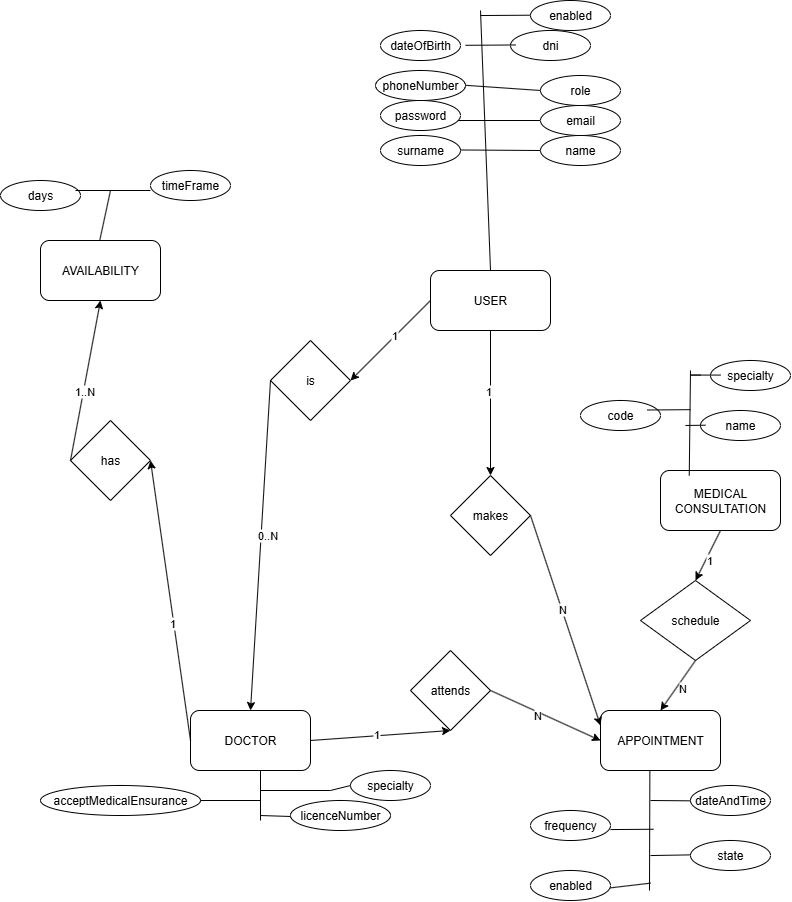
B-No-es-un-Numero/WappTurno-2doSemestre-2025 keeps this draw.io diagram as documents/Sprint2/WappTurno_Sprint2_DER.drawio.png. Above is the earlier version. Source tidied: cells renumbered, new cells last; positions are measured from the earlier drawing's top-left corner, leaving out a move shared by most shapes. Its diagram source:
```xml
<mxGraphModel>
  <root>
    <mxCell id="0" />
    <mxCell id="1" parent="0" />
    <mxCell id="2" value="USER" style="rounded=1;whiteSpace=wrap;html=1;" parent="1" vertex="1">
      <mxGeometry x="430" y="270" width="120" height="60" as="geometry" />
    </mxCell>
    <mxCell id="3" value="DOCTOR" style="rounded=1;whiteSpace=wrap;html=1;" parent="1" vertex="1">
      <mxGeometry x="190" y="710" width="120" height="60" as="geometry" />
    </mxCell>
    <mxCell id="4" value="APPOINTMENT" style="rounded=1;whiteSpace=wrap;html=1;" parent="1" vertex="1">
      <mxGeometry x="600" y="710" width="120" height="60" as="geometry" />
    </mxCell>
    <mxCell id="5" value="MEDICAL CONSULTATION" style="rounded=1;whiteSpace=wrap;html=1;" parent="1" vertex="1">
      <mxGeometry x="660" y="470" width="120" height="60" as="geometry" />
    </mxCell>
    <mxCell id="6" value="AVAILABILITY" style="rounded=1;whiteSpace=wrap;html=1;" parent="1" vertex="1">
      <mxGeometry x="40" y="240" width="120" height="60" as="geometry" />
    </mxCell>
    <mxCell id="7" style="endArrow=none;html=1;rounded=0;entryX=0.5;entryY=0;entryDx=0;entryDy=0;" parent="1" edge="1" target="2">
      <mxGeometry relative="1" as="geometry">
        <mxPoint x="480" y="10" as="sourcePoint" />
      </mxGeometry>
    </mxCell>
    <mxCell id="8" value="name" style="ellipse;whiteSpace=wrap;html=1;" parent="1" vertex="1">
      <mxGeometry x="540" y="135" width="80" height="30" as="geometry" />
    </mxCell>
    <mxCell id="9" style="edgeStyle=orthogonalEdgeStyle;rounded=0;jettySize=auto;html=1;" parent="1" edge="1" source="10" target="16">
      <mxGeometry relative="1" as="geometry" />
    </mxCell>
    <mxCell id="10" value="email" style="ellipse;whiteSpace=wrap;html=1;" parent="1" vertex="1">
      <mxGeometry x="540" y="105" width="80" height="30" as="geometry" />
    </mxCell>
    <mxCell id="11" value="surname" style="ellipse;whiteSpace=wrap;html=1;" parent="1" vertex="1">
      <mxGeometry x="380" y="135" width="80" height="30" as="geometry" />
    </mxCell>
    <mxCell id="12" value="password" style="ellipse;whiteSpace=wrap;html=1;" parent="1" vertex="1">
      <mxGeometry x="380" y="100" width="80" height="30" as="geometry" />
    </mxCell>
    <mxCell id="13" value="role" style="ellipse;whiteSpace=wrap;html=1;" parent="1" vertex="1">
      <mxGeometry x="540" y="75" width="80" height="30" as="geometry" />
    </mxCell>
    <mxCell id="14" value="dateOfBirth" style="ellipse;whiteSpace=wrap;html=1;" parent="1" vertex="1">
      <mxGeometry x="380" y="30" width="80" height="30" as="geometry" />
    </mxCell>
    <mxCell id="15" value="enabled" style="ellipse;whiteSpace=wrap;html=1;" parent="1" vertex="1">
      <mxGeometry x="530" width="80" height="30" as="geometry" />
    </mxCell>
    <mxCell id="16" value="phoneNumber" style="ellipse;whiteSpace=wrap;html=1;" parent="1" vertex="1">
      <mxGeometry x="375" y="70" width="90" height="30" as="geometry" />
    </mxCell>
    <mxCell id="17" value="dni" style="ellipse;whiteSpace=wrap;html=1;" parent="1" vertex="1">
      <mxGeometry x="510" y="30" width="80" height="30" as="geometry" />
    </mxCell>
    <mxCell id="18" style="endArrow=none;html=1;rounded=0;" parent="1" edge="1">
      <mxGeometry relative="1" as="geometry">
        <mxPoint x="260" y="820" as="sourcePoint" />
        <mxPoint x="260" y="770" as="targetPoint" />
      </mxGeometry>
    </mxCell>
    <mxCell id="19" value="acceptMedicalEnsurance" style="ellipse;whiteSpace=wrap;html=1;" parent="1" vertex="1">
      <mxGeometry x="40" y="785" width="160" height="30" as="geometry" />
    </mxCell>
    <mxCell id="20" value="frequency" style="ellipse;whiteSpace=wrap;html=1;" parent="1" vertex="1">
      <mxGeometry x="530" y="810" width="80" height="30" as="geometry" />
    </mxCell>
    <mxCell id="21" value="specialty" style="ellipse;whiteSpace=wrap;html=1;" parent="1" vertex="1">
      <mxGeometry x="350" y="770" width="80" height="30" as="geometry" />
    </mxCell>
    <mxCell id="22" value="enabled" style="ellipse;whiteSpace=wrap;html=1;" parent="1" vertex="1">
      <mxGeometry x="530" y="870" width="80" height="30" as="geometry" />
    </mxCell>
    <mxCell id="23" value="specialty" style="ellipse;whiteSpace=wrap;html=1;" parent="1" vertex="1">
      <mxGeometry x="710" y="360" width="80" height="30" as="geometry" />
    </mxCell>
    <mxCell id="24" value="code" style="ellipse;whiteSpace=wrap;html=1;" parent="1" vertex="1">
      <mxGeometry x="580" y="400" width="80" height="30" as="geometry" />
    </mxCell>
    <mxCell id="25" value="state" style="ellipse;whiteSpace=wrap;html=1;" parent="1" vertex="1">
      <mxGeometry x="690" y="840" width="80" height="30" as="geometry" />
    </mxCell>
    <mxCell id="26" value="name" style="ellipse;whiteSpace=wrap;html=1;" parent="1" vertex="1">
      <mxGeometry x="700" y="410" width="80" height="30" as="geometry" />
    </mxCell>
    <mxCell id="27" style="endArrow=none;html=1;rounded=0;" parent="1" edge="1">
      <mxGeometry relative="1" as="geometry">
        <mxPoint x="688.8" y="475" as="sourcePoint" />
        <mxPoint x="690" y="370" as="targetPoint" />
      </mxGeometry>
    </mxCell>
    <mxCell id="28" value="dateAndTime" style="ellipse;whiteSpace=wrap;html=1;" parent="1" vertex="1">
      <mxGeometry x="690" y="785" width="80" height="30" as="geometry" />
    </mxCell>
    <mxCell id="29" style="endArrow=none;html=1;rounded=0;" parent="1" edge="1">
      <mxGeometry relative="1" as="geometry">
        <mxPoint x="649" y="890" as="sourcePoint" />
        <mxPoint x="649.4" y="770" as="targetPoint" />
      </mxGeometry>
    </mxCell>
    <mxCell id="30" value="timeFrame" style="ellipse;whiteSpace=wrap;html=1;" parent="1" vertex="1">
      <mxGeometry x="150" y="170" width="80" height="30" as="geometry" />
    </mxCell>
    <mxCell id="31" value="days" style="ellipse;whiteSpace=wrap;html=1;" parent="1" vertex="1">
      <mxGeometry y="180" width="80" height="30" as="geometry" />
    </mxCell>
    <mxCell id="32" style="endArrow=none;html=1;rounded=0;" parent="1" edge="1">
      <mxGeometry relative="1" as="geometry">
        <mxPoint x="99.2" y="240" as="sourcePoint" />
        <mxPoint x="110" y="190" as="targetPoint" />
      </mxGeometry>
    </mxCell>
    <mxCell id="33" style="endArrow=none;html=1;rounded=0;" parent="1" edge="1">
      <mxGeometry relative="1" as="geometry">
        <mxPoint x="75" y="190" as="sourcePoint" />
        <mxPoint x="150" y="190" as="targetPoint" />
      </mxGeometry>
    </mxCell>
    <mxCell id="34" style="endArrow=none;html=1;rounded=0;entryX=0;entryY=0.5;entryDx=0;entryDy=0;" parent="1" edge="1" target="21">
      <mxGeometry relative="1" as="geometry">
        <mxPoint x="260" y="790" as="sourcePoint" />
        <Array as="points">
          <mxPoint x="330" y="790" />
        </Array>
      </mxGeometry>
    </mxCell>
    <mxCell id="35" style="endArrow=none;html=1;rounded=0;" parent="1" edge="1">
      <mxGeometry relative="1" as="geometry">
        <mxPoint x="200" y="800" as="sourcePoint" />
        <mxPoint x="260" y="800" as="targetPoint" />
      </mxGeometry>
    </mxCell>
    <mxCell id="36" style="endArrow=none;html=1;rounded=0;" parent="1" edge="1">
      <mxGeometry relative="1" as="geometry">
        <mxPoint x="650" y="800" as="sourcePoint" />
        <mxPoint x="690" y="800.3" as="targetPoint" />
      </mxGeometry>
    </mxCell>
    <mxCell id="37" style="endArrow=none;html=1;rounded=0;exitX=1;exitY=0.5;exitDx=0;exitDy=0;" parent="1" edge="1">
      <mxGeometry relative="1" as="geometry">
        <mxPoint x="610" y="829.1" as="sourcePoint" />
        <mxPoint x="653" y="828.8" as="targetPoint" />
      </mxGeometry>
    </mxCell>
    <mxCell id="38" style="endArrow=none;html=1;rounded=0;" parent="1" edge="1">
      <mxGeometry relative="1" as="geometry">
        <mxPoint x="650" y="855" as="sourcePoint" />
        <mxPoint x="690" y="854.4" as="targetPoint" />
      </mxGeometry>
    </mxCell>
    <mxCell id="39" style="endArrow=none;html=1;rounded=0;exitX=1;exitY=0.5;exitDx=0;exitDy=0;" parent="1" edge="1">
      <mxGeometry relative="1" as="geometry">
        <mxPoint x="610" y="887.4" as="sourcePoint" />
        <mxPoint x="650" y="882.6" as="targetPoint" />
      </mxGeometry>
    </mxCell>
    <mxCell id="40" style="endArrow=none;html=1;rounded=0;exitX=1;exitY=0.5;exitDx=0;exitDy=0;" parent="1" edge="1">
      <mxGeometry relative="1" as="geometry">
        <mxPoint x="647" y="409.5" as="sourcePoint" />
        <mxPoint x="690" y="409.2" as="targetPoint" />
      </mxGeometry>
    </mxCell>
    <mxCell id="41" style="endArrow=none;html=1;rounded=0;" parent="1" edge="1">
      <mxGeometry relative="1" as="geometry">
        <mxPoint x="685" y="425" as="sourcePoint" />
        <mxPoint x="705" y="424.7" as="targetPoint" />
      </mxGeometry>
    </mxCell>
    <mxCell id="42" style="endArrow=none;html=1;rounded=0;" parent="1" edge="1">
      <mxGeometry relative="1" as="geometry">
        <mxPoint x="700" y="374.6" as="sourcePoint" />
        <mxPoint x="720" y="374.6" as="targetPoint" />
        <Array as="points">
          <mxPoint x="690" y="374.6" />
        </Array>
      </mxGeometry>
    </mxCell>
    <mxCell id="43" style="endArrow=none;html=1;rounded=0;exitX=1;exitY=0.5;exitDx=0;exitDy=0;" parent="1" edge="1">
      <mxGeometry relative="1" as="geometry">
        <mxPoint x="465" y="44.8" as="sourcePoint" />
        <mxPoint x="515" y="44.5" as="targetPoint" />
      </mxGeometry>
    </mxCell>
    <mxCell id="44" style="endArrow=none;html=1;rounded=0;exitX=1;exitY=0.5;exitDx=0;exitDy=0;entryX=0;entryY=0.5;entryDx=0;entryDy=0;" parent="1" edge="1" target="13">
      <mxGeometry relative="1" as="geometry">
        <mxPoint x="465" y="84.8" as="sourcePoint" />
      </mxGeometry>
    </mxCell>
    <mxCell id="45" style="endArrow=none;html=1;rounded=0;exitX=1;exitY=0.5;exitDx=0;exitDy=0;" parent="1" edge="1">
      <mxGeometry relative="1" as="geometry">
        <mxPoint x="460" y="149.5" as="sourcePoint" />
        <mxPoint x="540" y="150" as="targetPoint" />
      </mxGeometry>
    </mxCell>
    <mxCell id="46" value="is" style="rhombus;whiteSpace=wrap;html=1;" parent="1" vertex="1">
      <mxGeometry x="270" y="340" width="80" height="80" as="geometry" />
    </mxCell>
    <mxCell id="47" value="makes" style="rhombus;whiteSpace=wrap;html=1;" parent="1" vertex="1">
      <mxGeometry x="450" y="475" width="80" height="80" as="geometry" />
    </mxCell>
    <mxCell id="48" value="schedule" style="rhombus;whiteSpace=wrap;html=1;" parent="1" vertex="1">
      <mxGeometry x="640" y="580" width="110" height="80" as="geometry" />
    </mxCell>
    <mxCell id="49" value="attends" style="rhombus;whiteSpace=wrap;html=1;" parent="1" vertex="1">
      <mxGeometry x="410" y="650" width="80" height="80" as="geometry" />
    </mxCell>
    <mxCell id="50" value="has" style="rhombus;whiteSpace=wrap;html=1;" parent="1" vertex="1">
      <mxGeometry x="70" y="420" width="80" height="80" as="geometry" />
    </mxCell>
    <mxCell id="51" style="endArrow=classic;html=1;rounded=0;entryX=0.5;entryY=0;entryDx=0;entryDy=0;exitX=0;exitY=0.5;exitDx=0;exitDy=0;" parent="1" edge="1" source="46" target="3">
      <mxGeometry relative="1" as="geometry" />
    </mxCell>
    <mxCell id="52" value="0..N" style="edgeLabel;html=1;align=center;verticalAlign=middle;" parent="51" vertex="1">
      <mxGeometry x="-0.07" y="6" relative="1" as="geometry">
        <mxPoint y="1" as="offset" />
      </mxGeometry>
    </mxCell>
    <mxCell id="53" style="endArrow=classic;html=1;rounded=0;entryX=1;entryY=0.5;entryDx=0;entryDy=0;exitX=0;exitY=0.5;exitDx=0;exitDy=0;" parent="1" edge="1" source="2" target="46">
      <mxGeometry relative="1" as="geometry" />
    </mxCell>
    <mxCell id="54" value="1" style="edgeLabel;html=1;align=center;verticalAlign=middle;" parent="53" vertex="1">
      <mxGeometry x="-0.1" y="-2" relative="1" as="geometry">
        <mxPoint x="1" as="offset" />
      </mxGeometry>
    </mxCell>
    <mxCell id="55" style="endArrow=classic;html=1;rounded=0;entryX=0.5;entryY=0;entryDx=0;entryDy=0;exitX=0.5;exitY=1;exitDx=0;exitDy=0;" parent="1" edge="1" source="2" target="47">
      <mxGeometry relative="1" as="geometry" />
    </mxCell>
    <mxCell id="56" value="1" style="edgeLabel;html=1;align=center;verticalAlign=middle;" parent="55" vertex="1">
      <mxGeometry x="-0.17" y="-3" relative="1" as="geometry" />
    </mxCell>
    <mxCell id="57" style="endArrow=classic;html=1;rounded=0;exitX=1;exitY=0.5;exitDx=0;exitDy=0;entryX=0;entryY=0.25;entryDx=0;entryDy=0;" parent="1" edge="1" source="47" target="4">
      <mxGeometry relative="1" as="geometry" />
    </mxCell>
    <mxCell id="58" value="N" style="edgeLabel;html=1;align=center;verticalAlign=middle;" parent="57" vertex="1">
      <mxGeometry x="-0.1" y="1" relative="1" as="geometry">
        <mxPoint x="-1" as="offset" />
      </mxGeometry>
    </mxCell>
    <mxCell id="59" style="endArrow=classic;html=1;rounded=0;entryX=0.5;entryY=0;entryDx=0;entryDy=0;exitX=0.5;exitY=1;exitDx=0;exitDy=0;" parent="1" edge="1" source="48" target="4">
      <mxGeometry relative="1" as="geometry" />
    </mxCell>
    <mxCell id="60" value="N" style="edgeLabel;html=1;align=center;verticalAlign=middle;" parent="59" vertex="1">
      <mxGeometry y="5" relative="1" as="geometry" />
    </mxCell>
    <mxCell id="61" style="endArrow=classic;html=1;rounded=0;entryX=0.5;entryY=0;entryDx=0;entryDy=0;exitX=0.5;exitY=1;exitDx=0;exitDy=0;" parent="1" edge="1" source="5" target="48">
      <mxGeometry relative="1" as="geometry" />
    </mxCell>
    <mxCell id="62" value="1" style="edgeLabel;html=1;align=center;verticalAlign=middle;" parent="61" vertex="1">
      <mxGeometry x="0.12" y="3" relative="1" as="geometry" />
    </mxCell>
    <mxCell id="63" style="endArrow=classic;html=1;rounded=0;exitX=1;exitY=0.5;exitDx=0;exitDy=0;entryX=0;entryY=0.5;entryDx=0;entryDy=0;" parent="1" edge="1" source="49" target="4">
      <mxGeometry relative="1" as="geometry" />
    </mxCell>
    <mxCell id="64" value="N" style="edgeLabel;html=1;align=center;verticalAlign=middle;" parent="63" vertex="1">
      <mxGeometry x="-0.15" y="-3" relative="1" as="geometry">
        <mxPoint x="1" as="offset" />
      </mxGeometry>
    </mxCell>
    <mxCell id="65" style="endArrow=classic;html=1;rounded=0;exitX=1;exitY=0.5;exitDx=0;exitDy=0;entryX=0.5;entryY=1;entryDx=0;entryDy=0;" parent="1" edge="1" source="3" target="49">
      <mxGeometry relative="1" as="geometry" />
    </mxCell>
    <mxCell id="66" value="1" style="edgeLabel;html=1;align=center;verticalAlign=middle;" parent="65" vertex="1">
      <mxGeometry x="-0.05" y="2" relative="1" as="geometry">
        <mxPoint x="-1" as="offset" />
      </mxGeometry>
    </mxCell>
    <mxCell id="67" style="endArrow=classic;html=1;rounded=0;entryX=1;entryY=0.5;entryDx=0;entryDy=0;exitX=0;exitY=0.5;exitDx=0;exitDy=0;" parent="1" edge="1" source="3" target="50">
      <mxGeometry relative="1" as="geometry" />
    </mxCell>
    <mxCell id="68" value="1" style="edgeLabel;html=1;align=center;verticalAlign=middle;" parent="67" vertex="1">
      <mxGeometry x="-0.1" y="2" relative="1" as="geometry">
        <mxPoint x="1" y="8" as="offset" />
      </mxGeometry>
    </mxCell>
    <mxCell id="69" style="endArrow=classic;html=1;rounded=0;entryX=0.5;entryY=1;entryDx=0;entryDy=0;exitX=0;exitY=0.5;exitDx=0;exitDy=0;" parent="1" edge="1" source="50" target="6">
      <mxGeometry relative="1" as="geometry" />
    </mxCell>
    <mxCell id="70" value="1..N" style="edgeLabel;html=1;align=center;verticalAlign=middle;" parent="69" vertex="1">
      <mxGeometry x="-0.03" y="2" relative="1" as="geometry">
        <mxPoint x="1" y="8" as="offset" />
      </mxGeometry>
    </mxCell>
    <mxCell id="71" style="endArrow=none;html=1;rounded=0;" parent="1" edge="1">
      <mxGeometry relative="1" as="geometry">
        <mxPoint x="260" y="815" as="sourcePoint" />
        <mxPoint x="290" y="816" as="targetPoint" />
      </mxGeometry>
    </mxCell>
    <mxCell id="72" value="licenceNumber" style="ellipse;whiteSpace=wrap;html=1;" parent="1" vertex="1">
      <mxGeometry x="290" y="800" width="100" height="30" as="geometry" />
    </mxCell>
    <mxCell id="73" style="endArrow=none;html=1;rounded=0;exitX=1;exitY=0.5;exitDx=0;exitDy=0;" parent="1" edge="1">
      <mxGeometry relative="1" as="geometry">
        <mxPoint x="480" y="15" as="sourcePoint" />
        <mxPoint x="530" y="14.7" as="targetPoint" />
      </mxGeometry>
    </mxCell>
  </root>
</mxGraphModel>
```
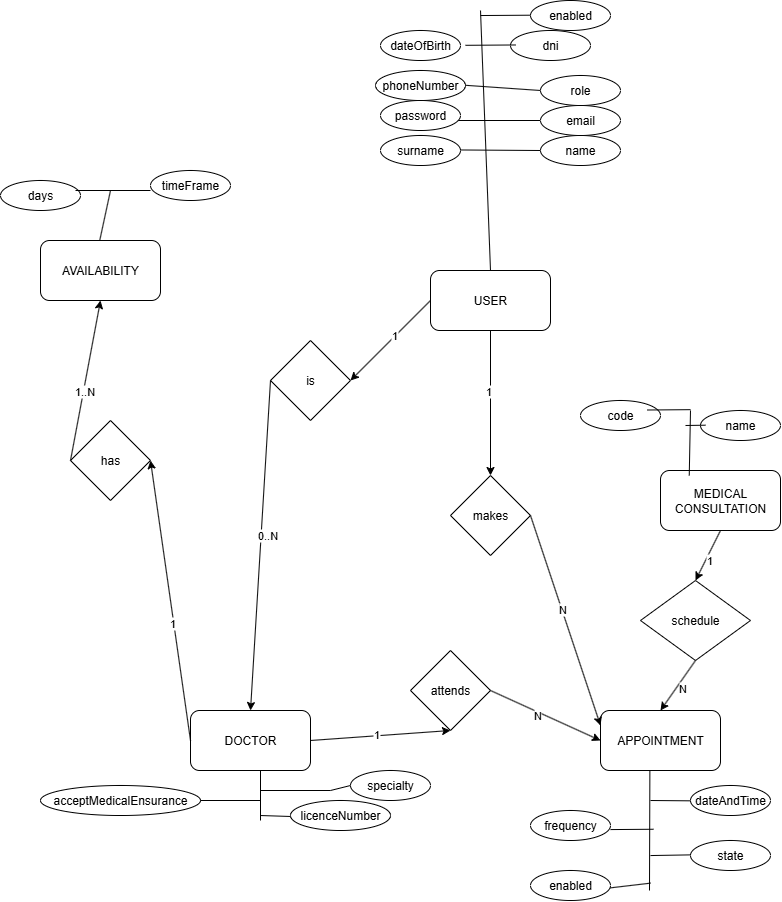
Later version of the same file.

Commit message:
docs(DER, Class diagram, IEEE830)/32- updated docs for mvp

What changed in the source:
```diff
@@ -70,9 +70,6 @@
     <mxCell id="22" value="enabled" style="ellipse;whiteSpace=wrap;html=1;" parent="1" vertex="1">
       <mxGeometry x="530" y="870" width="80" height="30" as="geometry" />
     </mxCell>
-    <mxCell id="23" value="specialty" style="ellipse;whiteSpace=wrap;html=1;" parent="1" vertex="1">
-      <mxGeometry x="710" y="360" width="80" height="30" as="geometry" />
-    </mxCell>
     <mxCell id="24" value="code" style="ellipse;whiteSpace=wrap;html=1;" parent="1" vertex="1">
       <mxGeometry x="580" y="400" width="80" height="30" as="geometry" />
     </mxCell>
@@ -85,7 +82,7 @@
     <mxCell id="27" style="endArrow=none;html=1;rounded=0;" parent="1" edge="1">
       <mxGeometry relative="1" as="geometry">
         <mxPoint x="688.8" y="475" as="sourcePoint" />
-        <mxPoint x="690" y="370" as="targetPoint" />
+        <mxPoint x="690" y="410" as="targetPoint" />
       </mxGeometry>
     </mxCell>
     <mxCell id="28" value="dateAndTime" style="ellipse;whiteSpace=wrap;html=1;" parent="1" vertex="1">
@@ -165,15 +162,6 @@
         <mxPoint x="705" y="424.7" as="targetPoint" />
       </mxGeometry>
     </mxCell>
-    <mxCell id="42" style="endArrow=none;html=1;rounded=0;" parent="1" edge="1">
-      <mxGeometry relative="1" as="geometry">
-        <mxPoint x="700" y="374.6" as="sourcePoint" />
-        <mxPoint x="720" y="374.6" as="targetPoint" />
-        <Array as="points">
-          <mxPoint x="690" y="374.6" />
-        </Array>
-      </mxGeometry>
-    </mxCell>
     <mxCell id="43" style="endArrow=none;html=1;rounded=0;exitX=1;exitY=0.5;exitDx=0;exitDy=0;" parent="1" edge="1">
       <mxGeometry relative="1" as="geometry">
         <mxPoint x="465" y="44.8" as="sourcePoint" />
```
